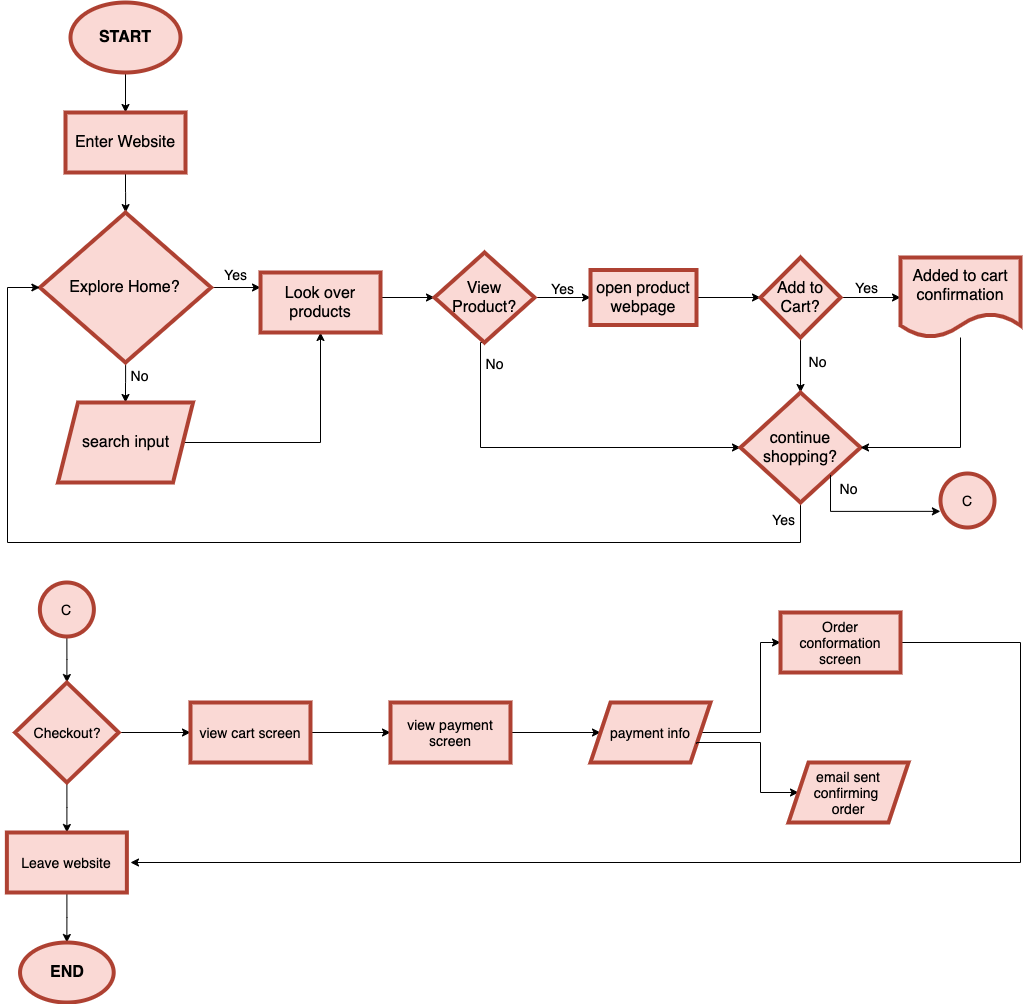
Before: part2/part2.drawio.png, a diagram exported from draw.io (Vishaal1301/wi21-cse110-lab4). Source tidied: cells renumbered, new cells last; positions are measured from the earlier drawing's top-left corner, leaving out a move shared by most shapes.
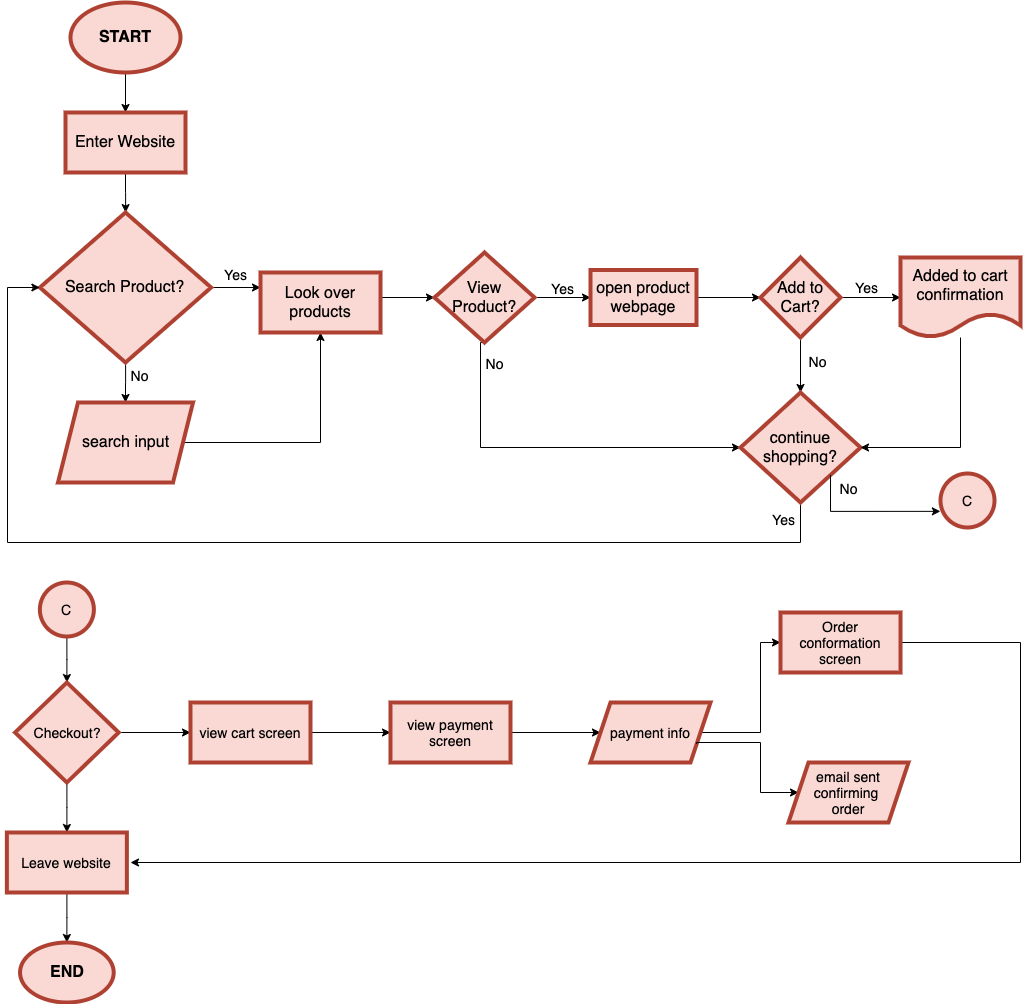
The same file after the commit.

The edit, as a diff of the source:
```diff
@@ -20,7 +20,7 @@
     <mxCell id="7" style="edgeStyle=orthogonalEdgeStyle;rounded=0;jettySize=auto;html=1;fontSize=16;" parent="1" edge="1" source="8" target="10">
       <mxGeometry relative="1" as="geometry" />
     </mxCell>
-    <mxCell id="8" value="&lt;font color=&quot;#000000&quot;&gt;Explore Home?&lt;br&gt;&lt;/font&gt;" style="rhombus;whiteSpace=wrap;html=1;fontSize=16;strokeColor=#ae4132;strokeWidth=4;fillColor=#fad9d5;" parent="1" vertex="1">
+    <mxCell id="8" value="&lt;font color=&quot;#000000&quot;&gt;Search Product?&lt;br&gt;&lt;/font&gt;" style="rhombus;whiteSpace=wrap;html=1;fontSize=16;strokeColor=#ae4132;strokeWidth=4;fillColor=#fad9d5;" parent="1" vertex="1">
       <mxGeometry x="33.4" y="210" width="171.2" height="150" as="geometry" />
     </mxCell>
     <mxCell id="9" style="edgeStyle=orthogonalEdgeStyle;rounded=0;jettySize=auto;html=1;fontSize=16;fontColor=#000000;" parent="1" edge="1" source="10" target="12">
```
